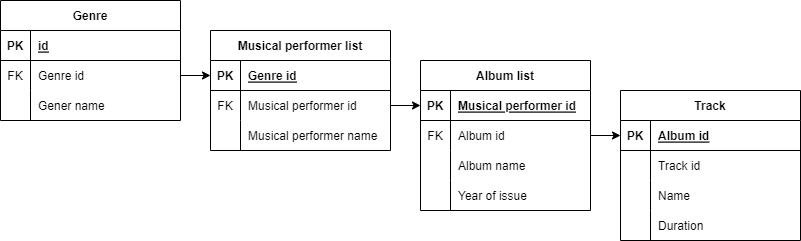
Above: Music site.drawio.png in VadimRoziznan/Music-site (draw.io), before the change. Source tidied: cells renumbered, new cells last; positions are measured from the earlier drawing's top-left corner, leaving out a move shared by most shapes.
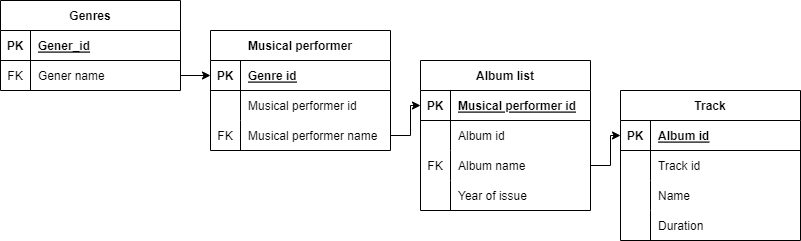
Later version of the same file.

Change to the diagram source:
```diff
@@ -2,8 +2,8 @@
   <root>
     <mxCell id="0" />
     <mxCell id="1" parent="0" />
-    <mxCell id="2" value="Genre" style="shape=table;startSize=30;rowLines=0;fontStyle=1;align=center;" parent="1" vertex="1">
-      <mxGeometry width="180" height="120" as="geometry" />
+    <mxCell id="2" value="Genres" style="shape=table;startSize=30;rowLines=0;fontStyle=1;align=center;" parent="1" vertex="1">
+      <mxGeometry width="180" height="90" as="geometry" />
     </mxCell>
     <mxCell id="3" style="shape=tableRow;horizontal=0;startSize=0;swimlaneHead=0;swimlaneBody=0;fillColor=none;top=0;left=0;right=0;bottom=1;" parent="2" vertex="1">
       <mxGeometry y="30" width="180" height="30" as="geometry" />
@@ -11,7 +11,7 @@
     <mxCell id="4" value="PK" style="shape=partialRectangle;fillColor=none;top=0;left=0;bottom=0;right=0;fontStyle=1;overflow=hidden;" parent="3" vertex="1">
       <mxGeometry width="30" height="30" as="geometry" />
     </mxCell>
-    <mxCell id="5" value="id" style="shape=partialRectangle;fillColor=none;top=0;left=0;bottom=0;right=0;align=left;spacingLeft=6;fontStyle=5;overflow=hidden;" parent="3" vertex="1">
+    <mxCell id="5" value="Gener_id" style="shape=partialRectangle;fillColor=none;top=0;left=0;bottom=0;right=0;align=left;spacingLeft=6;fontStyle=5;overflow=hidden;" parent="3" vertex="1">
       <mxGeometry x="30" width="150" height="30" as="geometry" />
     </mxCell>
     <mxCell id="6" style="shape=tableRow;horizontal=0;startSize=0;swimlaneHead=0;swimlaneBody=0;fillColor=none;points=[[0,0.5],[1,0.5]];portConstraint=eastwest;top=0;left=0;right=0;bottom=0;" parent="2" vertex="1">
@@ -20,19 +20,10 @@
     <mxCell id="7" value="FK" style="shape=partialRectangle;fillColor=none;top=0;left=0;bottom=0;right=0;overflow=hidden;" parent="6" vertex="1">
       <mxGeometry width="30" height="30" as="geometry" />
     </mxCell>
-    <mxCell id="8" value="Genre id" style="shape=partialRectangle;fillColor=none;top=0;left=0;bottom=0;right=0;align=left;spacingLeft=6;overflow=hidden;" parent="6" vertex="1">
+    <mxCell id="8" value="Gener name" style="shape=partialRectangle;fillColor=none;top=0;left=0;bottom=0;right=0;align=left;spacingLeft=6;overflow=hidden;" parent="6" vertex="1">
       <mxGeometry x="30" width="150" height="30" as="geometry" />
     </mxCell>
-    <mxCell id="9" style="shape=tableRow;horizontal=0;startSize=0;swimlaneHead=0;swimlaneBody=0;fillColor=none;top=0;left=0;right=0;bottom=0;" parent="2" vertex="1">
-      <mxGeometry y="90" width="180" height="30" as="geometry" />
-    </mxCell>
-    <mxCell id="10" style="shape=partialRectangle;fillColor=none;top=0;left=0;bottom=0;right=0;overflow=hidden;" parent="9" vertex="1">
-      <mxGeometry width="30" height="30" as="geometry" />
-    </mxCell>
-    <mxCell id="11" value="Gener name" style="shape=partialRectangle;fillColor=none;top=0;left=0;bottom=0;right=0;align=left;spacingLeft=6;overflow=hidden;" parent="9" vertex="1">
-      <mxGeometry x="30" width="150" height="30" as="geometry" />
-    </mxCell>
-    <mxCell id="12" value="Musical performer list" style="shape=table;startSize=30;rowLines=0;fontStyle=1;align=center;strokeColor=default;fontFamily=Helvetica;fontSize=12;fontColor=default;fillColor=none;" parent="1" vertex="1">
+    <mxCell id="12" value="Musical performer" style="shape=table;startSize=30;rowLines=0;fontStyle=1;align=center;strokeColor=default;fontFamily=Helvetica;fontSize=12;fontColor=default;fillColor=none;" parent="1" vertex="1">
       <mxGeometry x="210" y="30" width="180" height="120" as="geometry" />
     </mxCell>
     <mxCell id="13" style="shape=tableRow;horizontal=0;startSize=0;swimlaneHead=0;swimlaneBody=0;fillColor=none;points=[[0,0.5],[1,0.5]];portConstraint=eastwest;top=0;left=0;right=0;bottom=1;strokeColor=default;fontFamily=Helvetica;fontSize=12;fontColor=default;" parent="12" vertex="1">
@@ -47,7 +38,7 @@
     <mxCell id="16" style="shape=tableRow;horizontal=0;startSize=0;swimlaneHead=0;swimlaneBody=0;fillColor=none;points=[[0,0.5],[1,0.5]];portConstraint=eastwest;top=0;left=0;right=0;bottom=0;strokeColor=default;fontFamily=Helvetica;fontSize=12;fontColor=default;" parent="12" vertex="1">
       <mxGeometry y="60" width="180" height="30" as="geometry" />
     </mxCell>
-    <mxCell id="17" value="FK" style="shape=partialRectangle;fillColor=none;top=0;left=0;bottom=0;right=0;overflow=hidden;strokeColor=default;fontFamily=Helvetica;fontSize=12;fontColor=default;" parent="16" vertex="1">
+    <mxCell id="17" style="shape=partialRectangle;fillColor=none;top=0;left=0;bottom=0;right=0;overflow=hidden;strokeColor=default;fontFamily=Helvetica;fontSize=12;fontColor=default;" parent="16" vertex="1">
       <mxGeometry width="30" height="30" as="geometry" />
     </mxCell>
     <mxCell id="18" value="Musical performer id" style="shape=partialRectangle;fillColor=none;top=0;left=0;bottom=0;right=0;align=left;spacingLeft=6;overflow=hidden;strokeColor=default;fontFamily=Helvetica;fontSize=12;fontColor=default;" parent="16" vertex="1">
@@ -56,7 +47,7 @@
     <mxCell id="19" style="shape=tableRow;horizontal=0;startSize=0;swimlaneHead=0;swimlaneBody=0;fillColor=none;points=[[0,0.5],[1,0.5]];portConstraint=eastwest;top=0;left=0;right=0;bottom=0;strokeColor=default;fontFamily=Helvetica;fontSize=12;fontColor=default;" parent="12" vertex="1">
       <mxGeometry y="90" width="180" height="30" as="geometry" />
     </mxCell>
-    <mxCell id="20" style="shape=partialRectangle;fillColor=none;top=0;left=0;bottom=0;right=0;overflow=hidden;strokeColor=default;fontFamily=Helvetica;fontSize=12;fontColor=default;" parent="19" vertex="1">
+    <mxCell id="20" value="FK" style="shape=partialRectangle;fillColor=none;top=0;left=0;bottom=0;right=0;overflow=hidden;strokeColor=default;fontFamily=Helvetica;fontSize=12;fontColor=default;" parent="19" vertex="1">
       <mxGeometry width="30" height="30" as="geometry" />
     </mxCell>
     <mxCell id="21" value="Musical performer name" style="shape=partialRectangle;fillColor=none;top=0;left=0;bottom=0;right=0;align=left;spacingLeft=6;overflow=hidden;strokeColor=default;fontFamily=Helvetica;fontSize=12;fontColor=default;" parent="19" vertex="1">
@@ -77,7 +68,7 @@
     <mxCell id="26" style="shape=tableRow;horizontal=0;startSize=0;swimlaneHead=0;swimlaneBody=0;fillColor=none;points=[[0,0.5],[1,0.5]];portConstraint=eastwest;top=0;left=0;right=0;bottom=0;strokeColor=default;fontFamily=Helvetica;fontSize=12;fontColor=default;" parent="22" vertex="1">
       <mxGeometry y="60" width="170" height="30" as="geometry" />
     </mxCell>
-    <mxCell id="27" value="FK" style="shape=partialRectangle;fillColor=none;top=0;left=0;bottom=0;right=0;overflow=hidden;strokeColor=default;fontFamily=Helvetica;fontSize=12;fontColor=default;" parent="26" vertex="1">
+    <mxCell id="27" style="shape=partialRectangle;fillColor=none;top=0;left=0;bottom=0;right=0;overflow=hidden;strokeColor=default;fontFamily=Helvetica;fontSize=12;fontColor=default;" parent="26" vertex="1">
       <mxGeometry width="30" height="30" as="geometry" />
     </mxCell>
     <mxCell id="28" value="Album id" style="shape=partialRectangle;fillColor=none;top=0;left=0;bottom=0;right=0;align=left;spacingLeft=6;overflow=hidden;strokeColor=default;fontFamily=Helvetica;fontSize=12;fontColor=default;" parent="26" vertex="1">
@@ -86,7 +77,7 @@
     <mxCell id="29" style="shape=tableRow;horizontal=0;startSize=0;swimlaneHead=0;swimlaneBody=0;fillColor=none;points=[[0,0.5],[1,0.5]];portConstraint=eastwest;top=0;left=0;right=0;bottom=0;strokeColor=default;fontFamily=Helvetica;fontSize=12;fontColor=default;" parent="22" vertex="1">
       <mxGeometry y="90" width="170" height="30" as="geometry" />
     </mxCell>
-    <mxCell id="30" style="shape=partialRectangle;fillColor=none;top=0;left=0;bottom=0;right=0;overflow=hidden;strokeColor=default;fontFamily=Helvetica;fontSize=12;fontColor=default;" parent="29" vertex="1">
+    <mxCell id="30" value="FK" style="shape=partialRectangle;fillColor=none;top=0;left=0;bottom=0;right=0;overflow=hidden;strokeColor=default;fontFamily=Helvetica;fontSize=12;fontColor=default;" parent="29" vertex="1">
       <mxGeometry width="30" height="30" as="geometry" />
     </mxCell>
     <mxCell id="31" value="Album name" style="shape=partialRectangle;fillColor=none;top=0;left=0;bottom=0;right=0;align=left;spacingLeft=6;overflow=hidden;strokeColor=default;fontFamily=Helvetica;fontSize=12;fontColor=default;" parent="29" vertex="1">
@@ -146,11 +137,11 @@
     <mxCell id="49" value="Duration" style="shape=partialRectangle;fillColor=none;top=0;left=0;bottom=0;right=0;align=left;spacingLeft=6;overflow=hidden;" parent="47" vertex="1">
       <mxGeometry x="30" width="150" height="30" as="geometry" />
     </mxCell>
-    <mxCell id="50" style="edgeStyle=orthogonalEdgeStyle;rounded=0;jettySize=auto;html=1;exitX=1;exitY=0.5;exitDx=0;exitDy=0;entryX=0;entryY=0.5;entryDx=0;entryDy=0;" parent="1" edge="1" source="16" target="23">
-      <mxGeometry relative="1" as="geometry" />
-    </mxCell>
-    <mxCell id="51" style="edgeStyle=orthogonalEdgeStyle;rounded=0;jettySize=auto;html=1;exitX=1;exitY=0.5;exitDx=0;exitDy=0;entryX=0;entryY=0.5;entryDx=0;entryDy=0;" parent="1" edge="1" source="26" target="38">
-      <mxGeometry relative="1" as="geometry" />
-    </mxCell>
+    <mxCell id="52" style="edgeStyle=orthogonalEdgeStyle;rounded=0;jettySize=auto;html=1;exitX=1;exitY=0.5;exitDx=0;exitDy=0;entryX=0;entryY=0.5;entryDx=0;entryDy=0;" parent="1" edge="1" source="19" target="23">
+      <mxGeometry relative="1" as="geometry" />
+    </mxCell>
+    <mxCell id="53" style="edgeStyle=orthogonalEdgeStyle;rounded=0;jettySize=auto;html=1;exitX=1;exitY=0.5;exitDx=0;exitDy=0;entryX=0;entryY=0.5;entryDx=0;entryDy=0;" parent="1" edge="1" source="29" target="38">
+      <mxGeometry relative="1" as="geometry" />
+    </mxCell>
   </root>
 </mxGraphModel>
```
